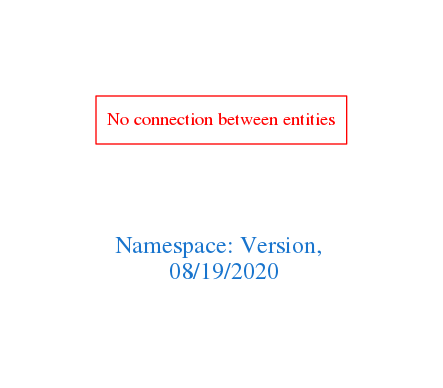
Earlier version of the Graphviz export downloads/Version.png (arago/OGIT). Its source is kept beside it as downloads/Version.dot.
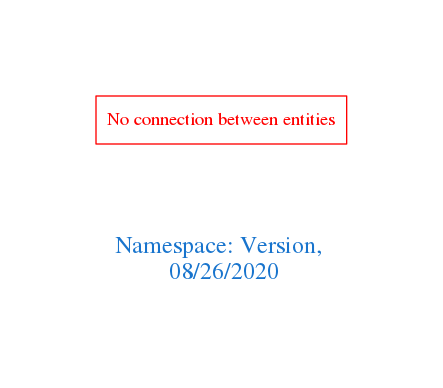
The same diagram one commit later.

What changed in the source:
```diff
@@ -1,7 +1,7 @@
 digraph OGIT_ontology {
  graph [ rankdir= LR,pad=1
 fontsize = 18,
-fontcolor= dodgerblue3,label = "\n\n\nNamespace: Version, \n 08/19/2020"];
+fontcolor= dodgerblue3,label = "\n\n\nNamespace: Version, \n 08/26/2020"];
 node[shape=polygon];
 edge [  color="gray81"];
 
```
